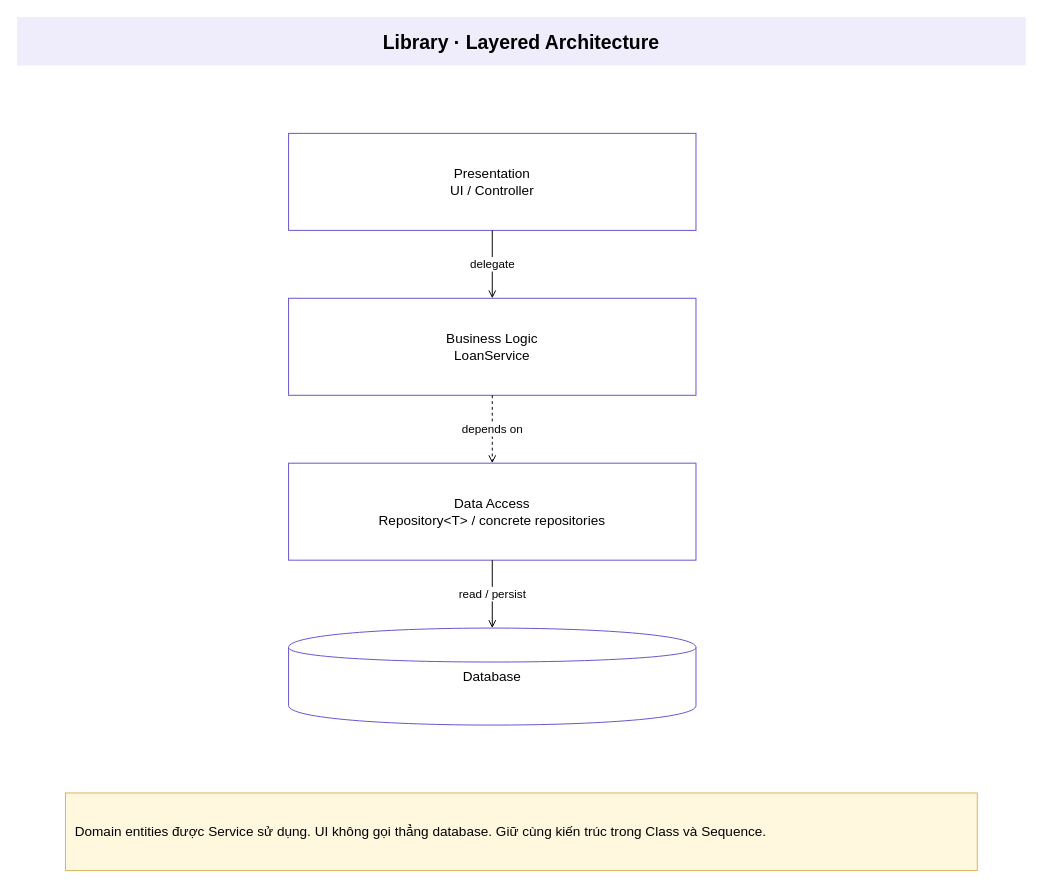
Before: page "00 Layered Architecture" (1 of 4) of public/templates/library_PE.drawio in khangpd15/SWD302_KHANG, a draw.io diagram. Source tidied: cells renumbered, new cells numbered last; positions are measured from the earlier drawing's top-left corner, leaving out a move shared by most shapes. Both pictures are drawn from the tidied source at 97%, with x=0, y=0 at pixel (16, 16).
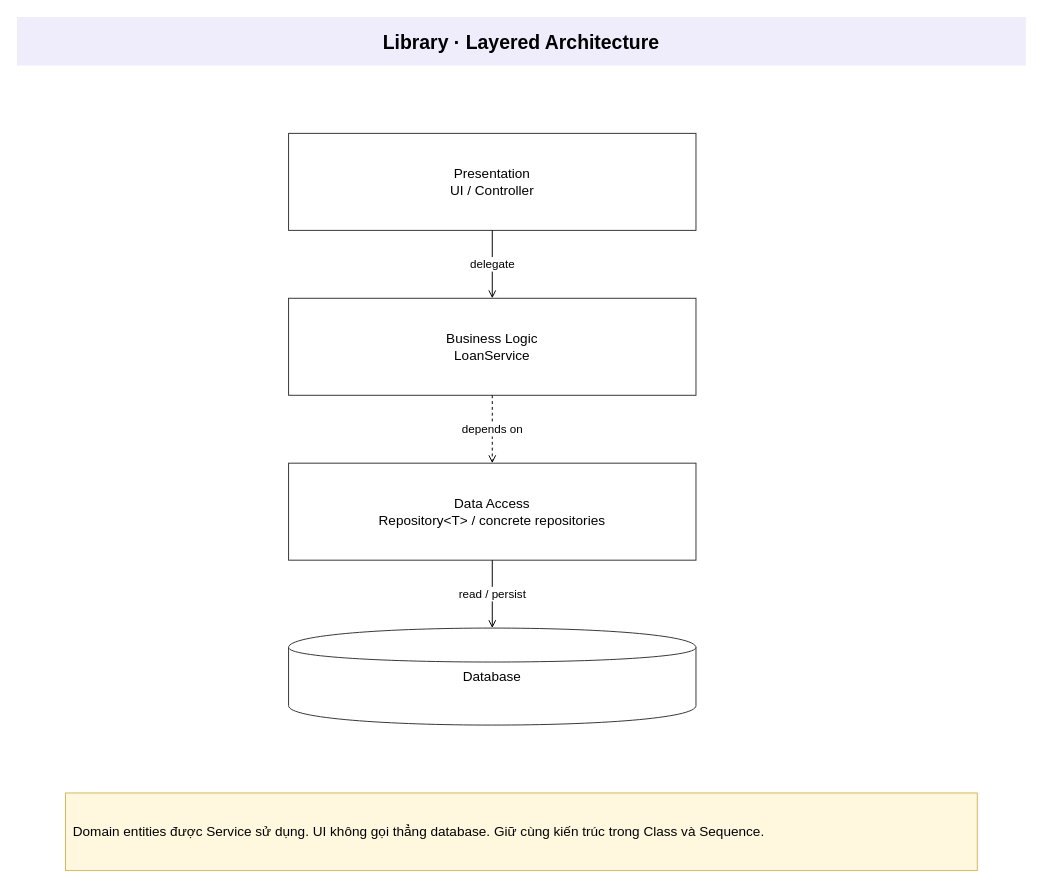
After the change.

Change to the diagram source:
```diff
@@
 <mxGraphModel>
   <root>
     <mxCell id="0" />
     <mxCell id="1" parent="0" />
-    <mxCell id="2" value="&lt;b&gt;Library · Layered Architecture&lt;/b&gt;" style="rounded=0;whiteSpace=wrap;html=1;fillColor=#ffffff;strokeColor=#6551ce;fontSize=14;spacing=10;fillColor=#efecfc;strokeColor=none;fontSize=20;" parent="1" vertex="1">
+    <mxCell id="2" value="&lt;b&gt;Library · Layered Architecture&lt;/b&gt;" style="rounded=0;whiteSpace=wrap;html=1;fillColor=#ffffff;strokeColor=#333333;fontSize=14;spacing=8;fillColor=#efecfc;strokeColor=none;fontSize=20;" parent="1" vertex="1">
       <mxGeometry width="1040" height="50" as="geometry" />
     </mxCell>
-    <mxCell id="3" value="Presentation&lt;br/&gt;UI / Controller" style="rounded=0;whiteSpace=wrap;html=1;fillColor=#ffffff;strokeColor=#6551ce;fontSize=14;spacing=10;" parent="1" vertex="1">
+    <mxCell id="3" value="Presentation&lt;br/&gt;UI / Controller" style="rounded=0;whiteSpace=wrap;html=1;fillColor=#ffffff;strokeColor=#333333;fontSize=14;spacing=8;" parent="1" vertex="1">
       <mxGeometry x="280" y="120" width="420" height="100" as="geometry" />
     </mxCell>
-    <mxCell id="4" value="Business Logic&lt;br/&gt;LoanService" style="rounded=0;whiteSpace=wrap;html=1;fillColor=#ffffff;strokeColor=#6551ce;fontSize=14;spacing=10;" parent="1" vertex="1">
+    <mxCell id="4" value="Business Logic&lt;br/&gt;LoanService" style="rounded=0;whiteSpace=wrap;html=1;fillColor=#ffffff;strokeColor=#333333;fontSize=14;spacing=8;" parent="1" vertex="1">
       <mxGeometry x="280" y="290" width="420" height="100" as="geometry" />
     </mxCell>
-    <mxCell id="5" value="Data Access&lt;br/&gt;Repository&amp;lt;T&amp;gt; / concrete repositories" style="rounded=0;whiteSpace=wrap;html=1;fillColor=#ffffff;strokeColor=#6551ce;fontSize=14;spacing=10;" parent="1" vertex="1">
+    <mxCell id="5" value="Data Access&lt;br/&gt;Repository&amp;lt;T&amp;gt; / concrete repositories" style="rounded=0;whiteSpace=wrap;html=1;fillColor=#ffffff;strokeColor=#333333;fontSize=14;spacing=8;" parent="1" vertex="1">
       <mxGeometry x="280" y="460" width="420" height="100" as="geometry" />
     </mxCell>
-    <mxCell id="6" value="Database" style="rounded=0;whiteSpace=wrap;html=1;fillColor=#ffffff;strokeColor=#6551ce;fontSize=14;spacing=10;shape=cylinder;" parent="1" vertex="1">
+    <mxCell id="6" value="Database" style="rounded=0;whiteSpace=wrap;html=1;fillColor=#ffffff;strokeColor=#333333;fontSize=14;spacing=8;shape=cylinder;" parent="1" vertex="1">
       <mxGeometry x="280" y="630" width="420" height="100" as="geometry" />
     </mxCell>
     <mxCell id="7" value="delegate" style="edgeStyle=orthogonalEdgeStyle;rounded=0;html=1;endArrow=open;endFill=0;fontSize=12;labelBackgroundColor=#ffffff;" parent="1" edge="1" source="3" target="4">
       <mxGeometry relative="1" as="geometry" />
     </mxCell>
     <mxCell id="8" value="depends on" style="edgeStyle=orthogonalEdgeStyle;rounded=0;html=1;endArrow=open;endFill=0;fontSize=12;labelBackgroundColor=#ffffff;dashed=1;" parent="1" edge="1" source="4" target="5">
       <mxGeometry relative="1" as="geometry" />
     </mxCell>
     <mxCell id="9" value="read / persist" style="edgeStyle=orthogonalEdgeStyle;rounded=0;html=1;endArrow=open;endFill=0;fontSize=12;labelBackgroundColor=#ffffff;" parent="1" edge="1" source="5" target="6">
       <mxGeometry relative="1" as="geometry" />
     </mxCell>
-    <mxCell id="10" value="Domain entities được Service sử dụng. UI không gọi thẳng database. Giữ cùng kiến trúc trong Class và Sequence." style="rounded=0;whiteSpace=wrap;html=1;fillColor=#ffffff;strokeColor=#6551ce;fontSize=14;spacing=10;fillColor=#fff8df;strokeColor=#d6b656;align=left;" parent="1" vertex="1">
+    <mxCell id="10" value="Domain entities được Service sử dụng. UI không gọi thẳng database. Giữ cùng kiến trúc trong Class và Sequence." style="rounded=0;whiteSpace=wrap;html=1;fillColor=#ffffff;strokeColor=#333333;fontSize=14;spacing=8;fillColor=#fff8df;strokeColor=#d6b656;align=left;" parent="1" vertex="1">
       <mxGeometry x="50" y="800" width="940" height="80" as="geometry" />
     </mxCell>
   </root>
 </mxGraphModel>
```
